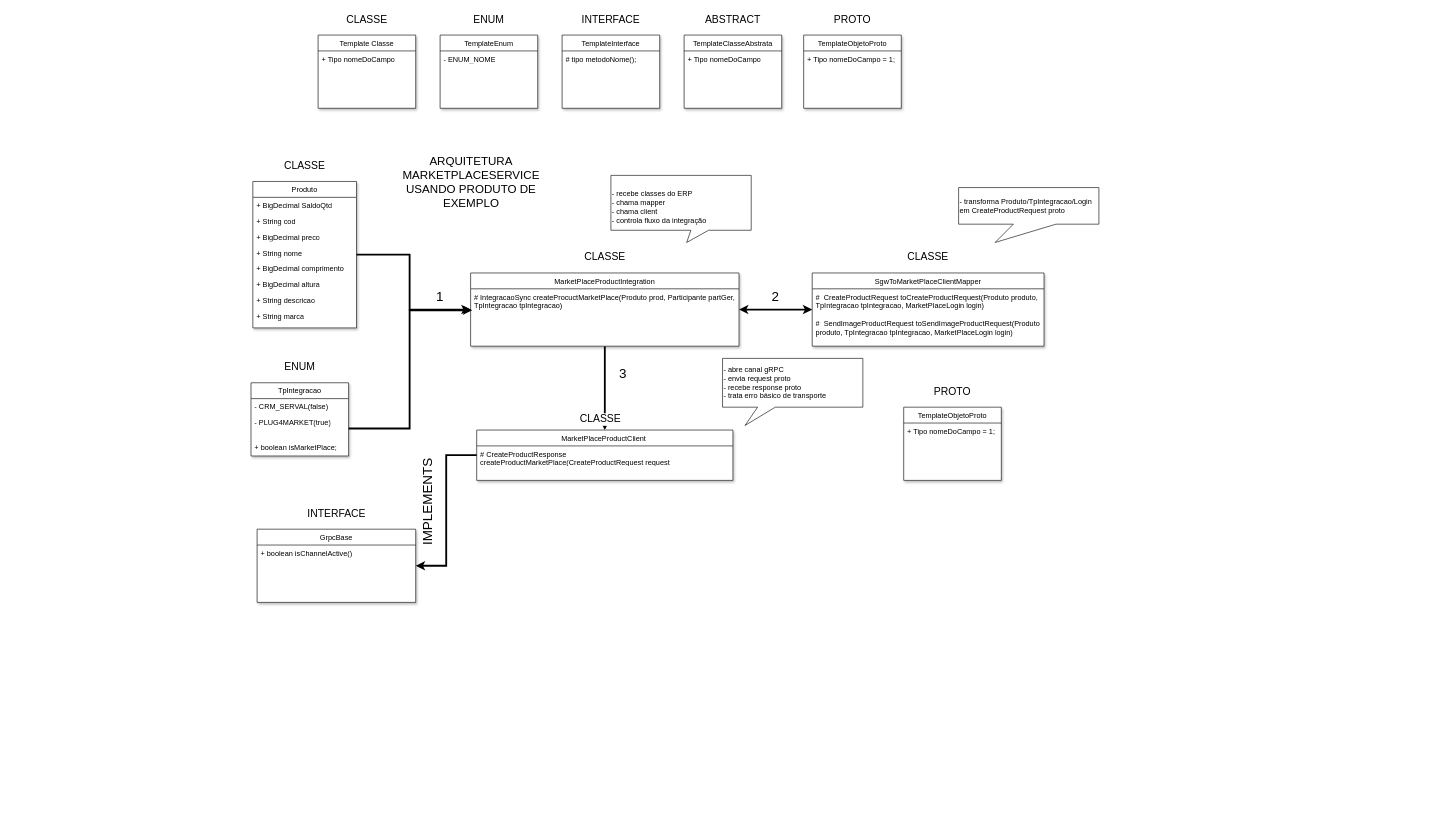
Before: Plug4Market/Organização pacotes MarketPlaceService.drawio in C4nlhmmll/Diagramas, a draw.io diagram. Source tidied: cells renumbered, new cells numbered last; positions are measured from the earlier drawing's top-left corner, leaving out a move shared by most shapes. Both pictures are drawn from the tidied source at 61%, with x=0, y=0 at pixel (251, 10).
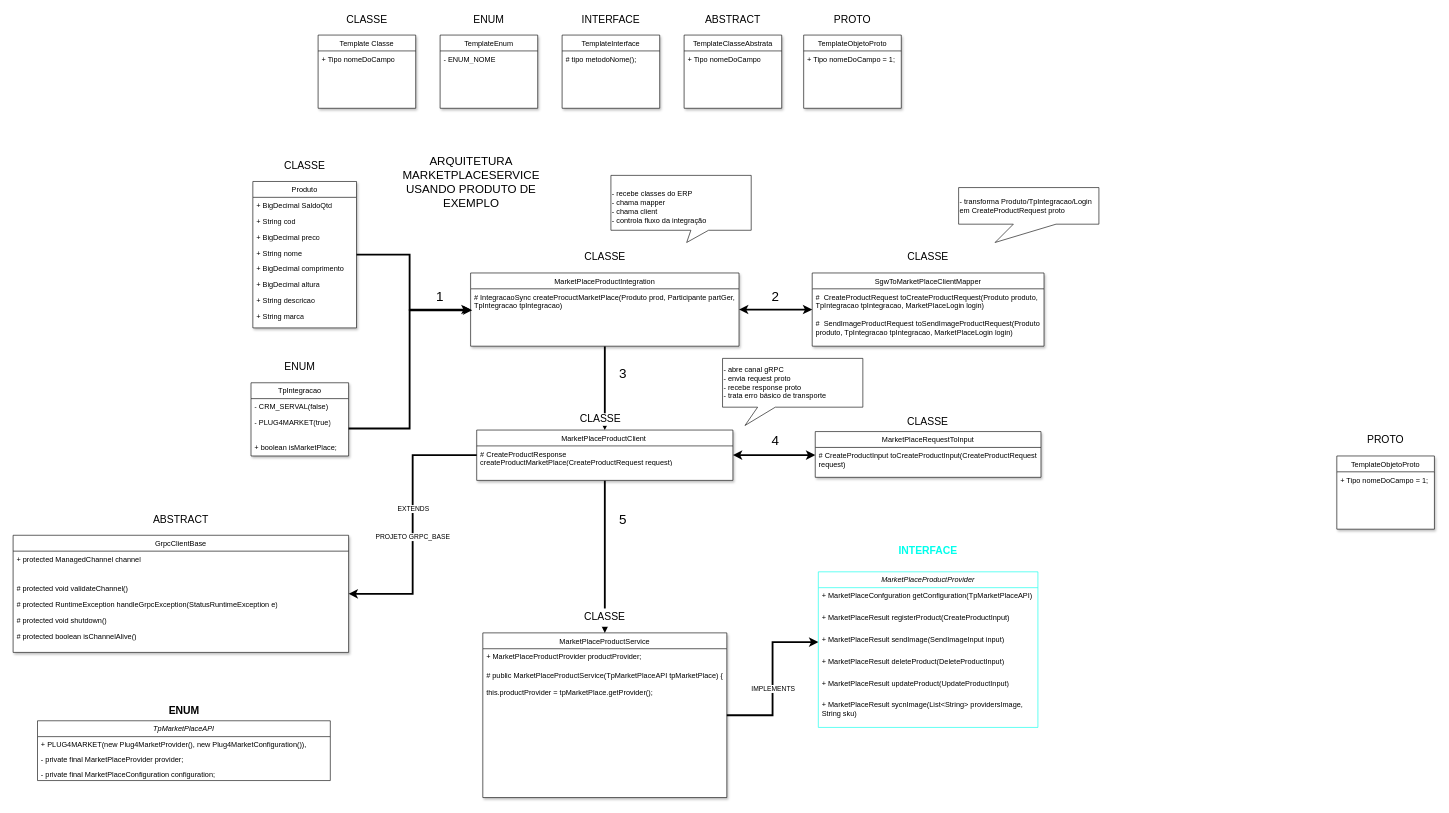
After the change.

The change refers to these unchanged cells:
```xml
<mxCell id="57" value="MarketPlaceProductClient " style="swimlane;fontStyle=0;align=center;verticalAlign=top;horizontal=1;startSize=26;rounded=0;shadow=1;strokeWidth=1;swimlaneFillColor=default;strokeColor=light-dark(#000000,#00CC00);" parent="56" vertex="1">
  <mxGeometry y="27.5" width="420" height="82.5" as="geometry" />
</mxCell>
```

The edit, as a diff of the source:
```diff
@@
+    <mxCell id="73" style="edgeStyle=orthogonalEdgeStyle;rounded=0;jettySize=auto;html=1;strokeWidth=3;strokeColor=light-dark(#000000,#FF0000);entryX=0.5;entryY=0;entryDx=0;entryDy=0;" parent="1" edge="1" source="57" target="86">
+      <mxGeometry relative="1" as="geometry" />
+    </mxCell>
@@
-    <mxCell id="58" value="# CreateProductResponse createProductMarketPlace(CreateProductRequest request" style="text;strokeColor=none;fillColor=none;align=left;verticalAlign=top;spacingLeft=4;spacingRight=4;overflow=hidden;points=[[0,0.5],[1,0.5]];portConstraint=eastwest;whiteSpace=wrap;html=1;" parent="57" vertex="1">
+    <mxCell id="58" value="# CreateProductResponse createProductMarketPlace(CreateProductRequest request)" style="text;strokeColor=none;fillColor=none;align=left;verticalAlign=top;spacingLeft=4;spacingRight=4;overflow=hidden;points=[[0,0.5],[1,0.5]];portConstraint=eastwest;whiteSpace=wrap;html=1;" parent="57" vertex="1">
       <mxGeometry y="26" width="420" height="30.2" as="geometry" />
     </mxCell>
@@
     <mxCell id="62" style="group;" parent="1" vertex="1">
-      <mxGeometry x="1070" y="610" width="160" height="160" as="geometry" />
+      <mxGeometry x="1780" y="690" width="160" height="160" as="geometry" />
     </mxCell>
@@
-    <mxCell id="66" style="group;" parent="1" vertex="1">
-      <mxGeometry x="10" y="810" width="260" height="160" as="geometry" />
-    </mxCell>
-    <mxCell id="67" value="GrpcBase" style="swimlane;fontStyle=0;align=center;verticalAlign=top;horizontal=1;startSize=26;rounded=0;shadow=1;strokeWidth=1;swimlaneFillColor=default;strokeColor=light-dark(#000000,#33FFFF);" parent="66" vertex="1">
-      <mxGeometry y="40" width="260" height="120" as="geometry" />
-    </mxCell>
-    <mxCell id="68" value="+ boolean isChannelActive()&amp;nbsp;" style="text;strokeColor=none;fillColor=none;align=left;verticalAlign=top;spacingLeft=4;spacingRight=4;overflow=hidden;whiteSpace=wrap;html=1;" parent="67" vertex="1">
-      <mxGeometry y="26" width="260" height="26" as="geometry" />
-    </mxCell>
+    <mxCell id="71" value="3" style="text;html=1;whiteSpace=wrap;strokeColor=none;fillColor=none;align=center;verticalAlign=middle;rounded=0;fontColor=light-dark(#000000,#FF0080);strokeWidth=3;fontSize=22;" parent="1" vertex="1">
+      <mxGeometry x="580" y="580" width="60" height="30" as="geometry" />
+    </mxCell>
+    <mxCell id="74" style="group;" parent="1" vertex="1">
+      <mxGeometry x="-390" y="820" width="550" height="160" as="geometry" />
+    </mxCell>
+    <mxCell id="75" value="GrpcClientBase" style="swimlane;fontStyle=0;align=center;verticalAlign=top;horizontal=1;startSize=26;rounded=0;shadow=1;strokeWidth=1;swimlaneFillColor=default;strokeColor=light-dark(#000000,#FF00FF);" parent="74" vertex="1">
+      <mxGeometry y="40" width="550" height="192" as="geometry" />
+    </mxCell>
+    <mxCell id="76" value="+ protected ManagedChannel channel" style="text;strokeColor=none;fillColor=none;align=left;verticalAlign=top;spacingLeft=4;spacingRight=4;overflow=hidden;whiteSpace=wrap;html=1;" parent="75" vertex="1">
+      <mxGeometry y="26" width="550" height="48" as="geometry" />
+    </mxCell>
+    <mxCell id="77" value="# protected void validateChannel()" style="text;strokeColor=none;fillColor=none;align=left;verticalAlign=top;spacingLeft=4;spacingRight=4;overflow=hidden;whiteSpace=wrap;html=1;" parent="75" vertex="1">
+      <mxGeometry y="74" width="550" height="26" as="geometry" />
+    </mxCell>
+    <mxCell id="78" value="# protected RuntimeException handleGrpcException(StatusRuntimeException e)" style="text;strokeColor=none;fillColor=none;align=left;verticalAlign=top;spacingLeft=4;spacingRight=4;overflow=hidden;whiteSpace=wrap;html=1;" parent="75" vertex="1">
+      <mxGeometry y="100" width="550" height="26" as="geometry" />
+    </mxCell>
+    <mxCell id="79" value="# protected void shutdown()" style="text;strokeColor=none;fillColor=none;align=left;verticalAlign=top;spacingLeft=4;spacingRight=4;overflow=hidden;whiteSpace=wrap;html=1;" parent="75" vertex="1">
+      <mxGeometry y="126" width="550" height="26" as="geometry" />
+    </mxCell>
+    <mxCell id="80" value="# protected boolean isChannelAlive()&amp;nbsp;" style="text;strokeColor=none;fillColor=none;align=left;verticalAlign=top;spacingLeft=4;spacingRight=4;overflow=hidden;whiteSpace=wrap;html=1;" parent="75" vertex="1">
+      <mxGeometry y="152" width="550" height="26" as="geometry" />
+    </mxCell>
+    <mxCell id="81" value="ABSTRACT" style="text;html=1;whiteSpace=wrap;strokeColor=none;fillColor=default;align=center;verticalAlign=middle;rounded=0;fontColor=light-dark(#000000,#FF00FF);fontSize=17;" parent="74" vertex="1">
+      <mxGeometry x="103.1" width="343.8" height="30" as="geometry" />
+    </mxCell>
+    <mxCell id="82" style="edgeStyle=orthogonalEdgeStyle;rounded=0;jettySize=auto;html=1;entryX=1;entryY=0.5;entryDx=0;entryDy=0;strokeWidth=3;strokeColor=light-dark(#000000, #ffffff);" parent="1" edge="1" source="58" target="75">
+      <mxGeometry relative="1" as="geometry" />
+    </mxCell>
+    <mxCell id="83" value="PROJETO GRPC_BASE" style="edgeLabel;html=1;align=center;verticalAlign=middle;" parent="82" vertex="1">
+      <mxGeometry y="-1" relative="1" as="geometry">
+        <mxPoint y="20" as="offset" />
+      </mxGeometry>
+    </mxCell>
+    <mxCell id="84" value="EXTENDS" style="edgeLabel;html=1;align=center;verticalAlign=middle;" parent="82" vertex="1">
+      <mxGeometry x="-0.2" relative="1" as="geometry">
+        <mxPoint y="18" as="offset" />
+      </mxGeometry>
+    </mxCell>
+    <mxCell id="85" style="group;" parent="1" vertex="1">
+      <mxGeometry x="380" y="980" width="400" height="160" as="geometry" />
+    </mxCell>
+    <mxCell id="86" value="MarketPlaceProductService" style="swimlane;fontStyle=0;align=center;verticalAlign=top;horizontal=1;startSize=26;rounded=0;shadow=1;strokeWidth=1;swimlaneFillColor=default;strokeColor=light-dark(#000000,#00CC00);" parent="85" vertex="1">
+      <mxGeometry y="40" width="400" height="270" as="geometry" />
+    </mxCell>
+    <mxCell id="87" value="+ MarketPlaceProductProvider productProvider;" style="text;strokeColor=none;fillColor=none;align=left;verticalAlign=top;spacingLeft=4;spacingRight=4;overflow=hidden;whiteSpace=wrap;html=1;" parent="86" vertex="1">
+      <mxGeometry y="26" width="400" height="30.2" as="geometry" />
+    </mxCell>
+    <mxCell id="88" value="# public MarketPlaceProductService(TpMarketPlaceAPI tpMarketPlace) {&lt;br&gt;&lt;br&gt;this.productProvider = tpMarketPlace.getProvider();" style="text;strokeColor=none;fillColor=none;align=left;verticalAlign=top;spacingLeft=4;spacingRight=4;overflow=hidden;whiteSpace=wrap;html=1;" parent="86" vertex="1">
+      <mxGeometry y="56.2" width="400" height="63.8" as="geometry" />
+    </mxCell>
+    <mxCell id="89" value="CLASSE" style="text;html=1;whiteSpace=wrap;strokeColor=none;fillColor=default;align=center;verticalAlign=middle;rounded=0;fontColor=light-dark(#000000,#00CC00);fontSize=17;" parent="85" vertex="1">
+      <mxGeometry x="75" width="250" height="30" as="geometry" />
+    </mxCell>
+    <mxCell id="90" style="group;" parent="1" vertex="1">
+      <mxGeometry x="925" y="665" width="370" height="100" as="geometry" />
+    </mxCell>
+    <mxCell id="91" value="MarketPlaceRequestToInput" style="swimlane;fontStyle=0;align=center;verticalAlign=top;horizontal=1;startSize=26;rounded=0;shadow=1;strokeWidth=1;swimlaneFillColor=default;strokeColor=light-dark(#000000,#00CC00);" parent="90" vertex="1">
+      <mxGeometry y="25" width="370" height="75" as="geometry" />
+    </mxCell>
+    <mxCell id="92" value="# CreateProductInput toCreateProductInput(CreateProductRequest request)" style="text;strokeColor=none;fillColor=none;align=left;verticalAlign=top;spacingLeft=4;spacingRight=4;overflow=hidden;whiteSpace=wrap;html=1;" parent="91" vertex="1">
+      <mxGeometry y="26" width="370" height="34" as="geometry" />
+    </mxCell>
+    <mxCell id="93" value="CLASSE" style="text;html=1;whiteSpace=wrap;strokeColor=none;fillColor=default;align=center;verticalAlign=middle;rounded=0;fontColor=light-dark(#000000,#00CC00);fontSize=17;" parent="90" vertex="1">
+      <mxGeometry x="69.4" width="231.2" height="18.8" as="geometry" />
+    </mxCell>
+    <mxCell id="94" style="edgeStyle=orthogonalEdgeStyle;rounded=0;jettySize=auto;html=1;strokeWidth=3;startArrow=classic;startFill=1;strokeColor=light-dark(#000000,#FFFF33);" parent="1" edge="1" source="58" target="91">
+      <mxGeometry relative="1" as="geometry">
+        <Array as="points">
+          <mxPoint x="820" y="728" />
+          <mxPoint x="820" y="728" />
+        </Array>
+      </mxGeometry>
+    </mxCell>
+    <mxCell id="95" value="4" style="text;html=1;whiteSpace=wrap;strokeColor=none;fillColor=none;align=center;verticalAlign=middle;rounded=0;fontColor=light-dark(#000000,#FF0080);strokeWidth=3;fontSize=22;" parent="1" vertex="1">
+      <mxGeometry x="830" y="690" width="60" height="30" as="geometry" />
+    </mxCell>
+    <mxCell id="96" value="5" style="text;html=1;whiteSpace=wrap;strokeColor=none;fillColor=none;align=center;verticalAlign=middle;rounded=0;fontColor=light-dark(#000000,#FF0080);strokeWidth=3;fontSize=22;" parent="1" vertex="1">
+      <mxGeometry x="580" y="820" width="60" height="30" as="geometry" />
+    </mxCell>
+    <mxCell id="97" style="group;" parent="1" vertex="1">
+      <mxGeometry x="930" y="865" width="360" height="320" as="geometry" />
+    </mxCell>
+    <mxCell id="98" style="group;" parent="97" vertex="1">
+      <mxGeometry width="360" height="320" as="geometry" />
+    </mxCell>
+    <mxCell id="99" value="MarketPlaceProductProvider" style="swimlane;fontStyle=2;align=center;verticalAlign=top;horizontal=1;startSize=26;rounded=0;shadow=0;strokeWidth=1;fillColor=light-dark(#FFFFFF,#000000);swimlaneFillColor=default;strokeColor=light-dark(#00FFEC,#00FFFF);" parent="98" vertex="1">
+      <mxGeometry y="54.9" width="360" height="255.1" as="geometry" />
+    </mxCell>
+    <mxCell id="100" value="+ MarketPlaceConfguration getConfiguration(TpMarketPlaceAPI)" style="text;strokeColor=none;fillColor=none;align=left;verticalAlign=top;spacingLeft=4;spacingRight=4;overflow=hidden;whiteSpace=wrap;html=1;" parent="99" vertex="1">
+      <mxGeometry y="26" width="360" height="35.7" as="geometry" />
+    </mxCell>
+    <mxCell id="101" value="+ MarketPlaceResult registerProduct(CreateProductInput)" style="text;strokeColor=none;fillColor=none;align=left;verticalAlign=top;spacingLeft=4;spacingRight=4;overflow=hidden;whiteSpace=wrap;html=1;" parent="99" vertex="1">
+      <mxGeometry y="61.7" width="360" height="35.7" as="geometry" />
+    </mxCell>
+    <mxCell id="102" value="+ MarketPlaceResult sendImage(SendImageInput input)" style="text;strokeColor=none;fillColor=none;align=left;verticalAlign=top;spacingLeft=4;spacingRight=4;overflow=hidden;points=[[0,0.5],[1,0.5]];portConstraint=eastwest;whiteSpace=wrap;html=1;" parent="99" vertex="1">
+      <mxGeometry y="97.4" width="360" height="35.7" as="geometry" />
+    </mxCell>
+    <mxCell id="103" value="+ MarketPlaceResult deleteProduct(DeleteProductInput)" style="text;strokeColor=none;fillColor=none;align=left;verticalAlign=top;spacingLeft=4;spacingRight=4;overflow=hidden;whiteSpace=wrap;html=1;" parent="99" vertex="1">
+      <mxGeometry y="133.1" width="360" height="35.7" as="geometry" />
+    </mxCell>
+    <mxCell id="104" value="+ MarketPlaceResult updateProduct(UpdateProductInput)" style="text;strokeColor=none;fillColor=none;align=left;verticalAlign=top;spacingLeft=4;spacingRight=4;overflow=hidden;whiteSpace=wrap;html=1;" parent="99" vertex="1">
+      <mxGeometry y="168.7" width="360" height="35.7" as="geometry" />
+    </mxCell>
+    <mxCell id="105" value="+ MarketPlaceResult sycnImage(List&amp;lt;String&amp;gt; providersImage, String sku)" style="text;strokeColor=none;fillColor=none;align=left;verticalAlign=top;spacingLeft=4;spacingRight=4;overflow=hidden;whiteSpace=wrap;html=1;" parent="99" vertex="1">
+      <mxGeometry y="204.4" width="360" height="35.7" as="geometry" />
+    </mxCell>
-    <mxCell id="69" value="INTERFACE" style="text;html=1;whiteSpace=wrap;strokeColor=none;fillColor=default;align=center;verticalAlign=middle;rounded=0;fontColor=light-dark(#000000,#33FFFF);fontSize=17;" parent="66" vertex="1">
-      <mxGeometry x="48.8" width="162.5" height="30" as="geometry" />
+    <mxCell id="69" value="INTERFACE" style="text;html=1;whiteSpace=wrap;strokeColor=none;fillColor=default;align=center;verticalAlign=middle;rounded=0;fontSize=17;fontStyle=1;fontColor=light-dark(#00FFEC,#00FFFF);labelBorderColor=none;textShadow=0;labelBackgroundColor=none;gradientColor=none;" parent="98" vertex="1">
+      <mxGeometry x="96.2" width="167.6" height="41.2" as="geometry" />
     </mxCell>
-    <mxCell id="70" style="edgeStyle=orthogonalEdgeStyle;rounded=0;jettySize=auto;html=1;entryX=1;entryY=0.5;entryDx=0;entryDy=0;strokeWidth=3;strokeColor=light-dark(#000000,#FFFF33);" parent="1" edge="1" source="58" target="67">
-      <mxGeometry relative="1" as="geometry" />
-    </mxCell>
-    <mxCell id="71" value="3" style="text;html=1;whiteSpace=wrap;strokeColor=none;fillColor=none;align=center;verticalAlign=middle;rounded=0;fontColor=light-dark(#000000,#FF0080);strokeWidth=3;fontSize=22;" parent="1" vertex="1">
-      <mxGeometry x="580" y="580" width="60" height="30" as="geometry" />
-    </mxCell>
+    <mxCell id="106" style="edgeStyle=orthogonalEdgeStyle;rounded=0;jettySize=auto;html=1;entryX=0;entryY=0.5;entryDx=0;entryDy=0;strokeWidth=3;" parent="1" edge="1" source="86" target="102">
+      <mxGeometry relative="1" as="geometry" />
+    </mxCell>
-    <mxCell id="72" value="IMPLEMENTS" style="text;html=1;whiteSpace=wrap;strokeColor=none;fillColor=none;align=center;verticalAlign=middle;rounded=0;fontColor=light-dark(#000000,#FF0080);strokeWidth=3;fontSize=22;rotation=-90;" parent="1" vertex="1">
-      <mxGeometry x="260" y="790" width="60" height="30" as="geometry" />
+    <mxCell id="72" value="IMPLEMENTS" style="edgeLabel;html=1;align=center;verticalAlign=middle;" parent="106" vertex="1">
+      <mxGeometry x="-0.12" relative="1" as="geometry" />
     </mxCell>
+    <mxCell id="107" style="group;" parent="1" vertex="1">
+      <mxGeometry x="-350" y="1140" width="400" height="150" as="geometry" />
+    </mxCell>
+    <mxCell id="108" value="TpMarketPlaceAPI" style="swimlane;fontStyle=2;align=center;verticalAlign=top;horizontal=1;startSize=26;rounded=0;shadow=0;strokeWidth=1;fillColor=light-dark(#FFFFFF,#000000);swimlaneFillColor=default;strokeColor=light-dark(#000000,#FFFF33);" parent="107" vertex="1">
+      <mxGeometry y="24.1" width="480" height="98" as="geometry" />
+    </mxCell>
+    <mxCell id="109" value="+ PLUG4MARKET(new Plug4MarketProvider(), new Plug4MarketConfiguration())," style="text;align=left;verticalAlign=top;spacingLeft=4;spacingRight=4;overflow=hidden;" parent="108" vertex="1">
+      <mxGeometry y="26" width="480" height="24" as="geometry" />
+    </mxCell>
+    <mxCell id="110" value="- private final MarketPlaceProvider provider;&#10;" style="text;align=left;verticalAlign=top;spacingLeft=4;spacingRight=4;overflow=hidden;" parent="108" vertex="1">
+      <mxGeometry y="50" width="480" height="24" as="geometry" />
+    </mxCell>
+    <mxCell id="111" value="- private final MarketPlaceConfiguration configuration;&#10;" style="text;align=left;verticalAlign=top;spacingLeft=4;spacingRight=4;overflow=hidden;" parent="108" vertex="1">
+      <mxGeometry y="74" width="480" height="24" as="geometry" />
+    </mxCell>
+    <mxCell id="112" value="&lt;font style=&quot;color: light-dark(rgb(0, 0, 0), rgb(255, 255, 51));&quot;&gt;ENUM&lt;/font&gt;" style="text;html=1;whiteSpace=wrap;strokeColor=none;fillColor=default;align=center;verticalAlign=middle;rounded=0;fontSize=17;fontStyle=1;fontColor=light-dark(#00FFEC,#00FFFF);labelBorderColor=none;textShadow=0;labelBackgroundColor=none;gradientColor=none;" parent="107" vertex="1">
+      <mxGeometry x="150.6" width="178.8" height="18" as="geometry" />
+    </mxCell>
```
